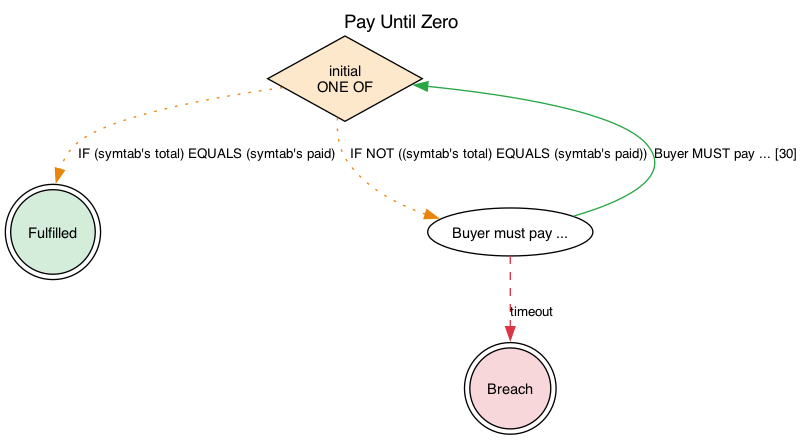
The Graphviz diagram jl4/examples/state-graphs/PayUntilZero.png in legalese/l4-ide, before a commit. Its source is kept beside it as jl4/examples/state-graphs/PayUntilZero.dot. The source it was exported from:
```dot
digraph {
    graph [rankdir=TB
          ,label="Pay Until Zero"
          ,labelloc=t
          ,fontname=Helvetica
          ,fontsize=14];
    node [fontname=Helvetica
         ,fontsize=11];
    edge [fontname=Helvetica
         ,fontsize=10];
    0 [label="initial\nONE OF"
      ,fillcolor=white
      ,style=filled
      ,shape=diamond
      ,fillcolor="#fde8cc"];
    1 [label=Fulfilled
      ,fillcolor=white
      ,style=filled
      ,shape=doublecircle
      ,fillcolor="#d4edda"];
    2 [label="Buyer must pay ..."
      ,fillcolor=white
      ,style=filled
      ,shape=ellipse
      ,fillcolor="#ffffff"];
    3 [label=Breach
      ,fillcolor=white
      ,style=filled
      ,shape=doublecircle
      ,fillcolor="#f8d7da"];
    0 -> 1 [label=" IF (symtab's total) EQUALS (symtab's paid)"
           ,color="#e8850c"
           ,style=dotted];
    0 -> 2 [label=" IF NOT ((symtab's total) EQUALS (symtab's paid))"
           ,color="#e8850c"
           ,style=dotted];
    2 -> 0 [label="Buyer MUST pay ... [30]"
           ,color="#28a745"
           ,style=solid];
    2 -> 3 [label=timeout
           ,color="#dc3545"
           ,style=dashed];
}
```
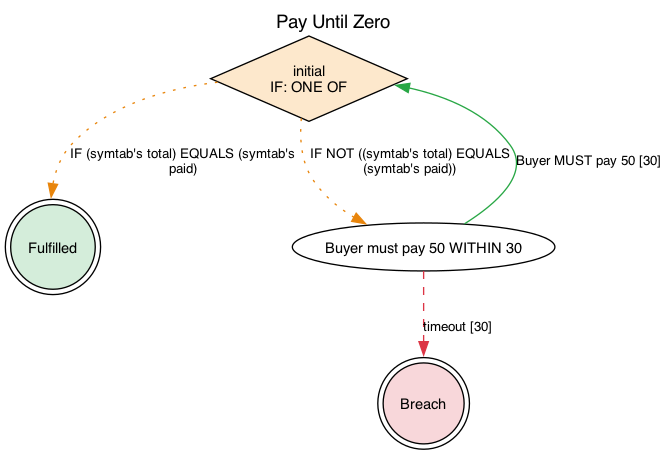
The same diagram one commit later.

What changed in the source:
```diff
@@ -8,7 +8,7 @@
          ,fontsize=11];
     edge [fontname=Helvetica
          ,fontsize=10];
-    0 [label="initial\nONE OF"
+    0 [label="initial\nIF: ONE OF"
       ,fillcolor=white
       ,style=filled
       ,shape=diamond
@@ -18,7 +18,7 @@
       ,style=filled
       ,shape=doublecircle
       ,fillcolor="#d4edda"];
-    2 [label="Buyer must pay ..."
+    2 [label="Buyer must pay 50 WITHIN 30"
       ,fillcolor=white
       ,style=filled
       ,shape=ellipse
@@ -28,16 +28,16 @@
       ,style=filled
       ,shape=doublecircle
       ,fillcolor="#f8d7da"];
-    0 -> 1 [label=" IF (symtab's total) EQUALS (symtab's paid)"
+    0 -> 1 [label="IF (symtab's total) EQUALS (symtab's\npaid)"
            ,color="#e8850c"
            ,style=dotted];
-    0 -> 2 [label=" IF NOT ((symtab's total) EQUALS (symtab's paid))"
+    0 -> 2 [label="IF NOT ((symtab's total) EQUALS\n(symtab's paid))"
            ,color="#e8850c"
            ,style=dotted];
-    2 -> 0 [label="Buyer MUST pay ... [30]"
+    2 -> 0 [label="Buyer MUST pay 50 [30]"
            ,color="#28a745"
            ,style=solid];
-    2 -> 3 [label=timeout
+    2 -> 3 [label="timeout [30]"
            ,color="#dc3545"
            ,style=dashed];
 }
```
